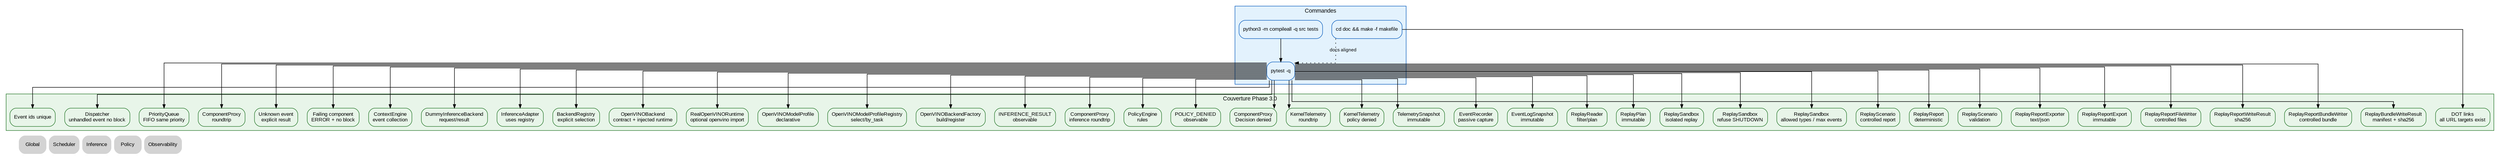
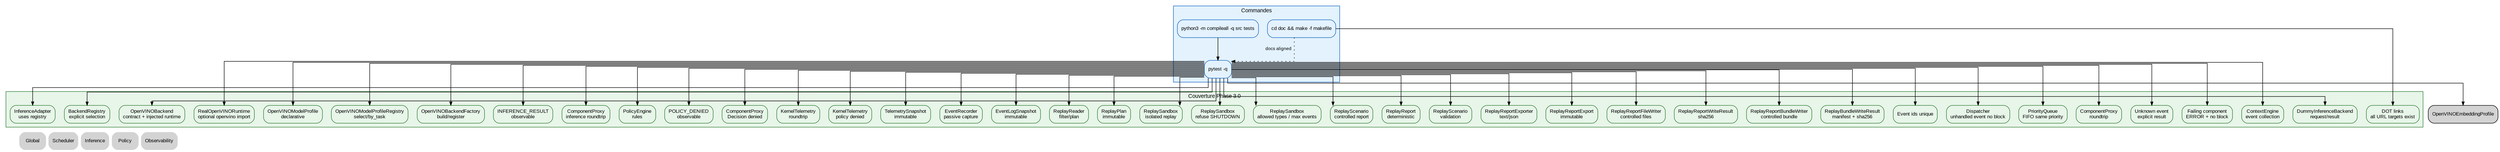
digraph Tests {
    rankdir=TB;
    splines=ortho;

    graph [fontname="Arial", fontsize=11];
    node [shape=box, style="rounded,filled", fontname="Arial", fontsize=10];
    edge [fontname="Arial", fontsize=9, arrowsize=0.7];

    // ROADMAP_NOTE[phase2_9]:
    // Ajout des tests RealOpenVINORuntime avec faux module openvino injecté.
    // Ces tests valident l'import isolé, les entrées brutes, le cache de modèle
    // compilé et l'absence de modèle/tokenizer imposé.

    // ROADMAP_NOTE[phase3_0]:
    // Ajout des tests OpenVINOModelProfile et OpenVINOModelProfileRegistry pour
    // préparer plusieurs modèles sans fallback implicite.

    // ROADMAP_NOTE[phase3_1]:
    // Ajout des tests OpenVINOBackendFactory pour construire et enregistrer un
    // backend depuis un profil explicite sans importer openvino.
+ 
+     // ROADMAP_NOTE[phase3_2]:
+     // Ajout des tests OpenVINOEmbeddingProfileConfig pour déclarer un profil
+     // embedding configurable sans modèle local imposé.

    subgraph cluster_commands {
        label="Commandes";
        color="#1565c0";
        bgcolor="#e3f2fd";
        node [fillcolor="#e3f2fd", color="#1565c0"];
        Compile [label="python3 -m compileall -q src tests"];
        Pytest [label="pytest -q"];
        Dot [label="cd doc && make -f makefile"];
    }

    subgraph cluster_coverage {
        label="Couverture Phase 3.0";
        color="#2e7d32";
        bgcolor="#e8f5e9";
        node [fillcolor="#e8f5e9", color="#2e7d32"];
        EventIds [label="Event ids unique"];
        Dispatcher [label="Dispatcher\nunhandled event no block"];
        Queue [label="PriorityQueue\nFIFO same priority"];
        Proxy [label="ComponentProxy\nroundtrip"];
        Unknown [label="Unknown event\nexplicit result"];
        Failure [label="Failing component\nERROR + no block"];
        Context [label="ContextEngine\nevent collection"];
        Inference [label="DummyInferenceBackend\nrequest/result"];
        InferenceAdapter [label="InferenceAdapter\nuses registry"];
        BackendRegistry [label="BackendRegistry\nexplicit selection"];
        OpenVINOContract [label="OpenVINOBackend\ncontract + injected runtime", URL="../inference/41_openvino_backend.svg"];
        OpenVINORuntime [label="RealOpenVINORuntime\noptional openvino import", URL="../inference/42_openvino_runtime.svg"];
        OpenVINOProfile [label="OpenVINOModelProfile\ndeclarative", URL="../inference/43_openvino_profiles.svg"];
        OpenVINOProfileRegistry [label="OpenVINOModelProfileRegistry\nselect/by_task", URL="../inference/43_openvino_profiles.svg"];
        OpenVINOBackendFactory [label="OpenVINOBackendFactory\nbuild/register", URL="../inference/43_openvino_profiles.svg"];
        InferenceObs [label="INFERENCE_RESULT\nobservable"];
        InferenceProxy [label="ComponentProxy\ninference roundtrip"];
        PolicyRules [label="PolicyEngine\nrules"];
        PolicyDenied [label="POLICY_DENIED\nobservable"];
        PolicyProxy [label="ComponentProxy\nDecision denied"];
        TelemetryRoundtrip [label="KernelTelemetry\nroundtrip"];
        TelemetryDenied [label="KernelTelemetry\npolicy denied"];
        TelemetrySnapshot [label="TelemetrySnapshot\nimmutable"];
        EventRecorder [label="EventRecorder\npassive capture"];
        EventLogSnapshot [label="EventLogSnapshot\nimmutable"];
        ReplayReader [label="ReplayReader\nfilter/plan"];
        ReplayPlan [label="ReplayPlan\nimmutable"];
        ReplaySandbox [label="ReplaySandbox\nisolated replay"];
        ReplaySandboxDenied [label="ReplaySandbox\nrefuse SHUTDOWN"];
        ReplaySandboxLimits [label="ReplaySandbox\nallowed types / max events"];
        ReplayScenario [label="ReplayScenario\ncontrolled report"];
        ReplayReport [label="ReplayReport\ndeterministic"];
        ReplayScenarioValidation [label="ReplayScenario\nvalidation"];
        ReplayReportExporter [label="ReplayReportExporter\ntext/json"];
        ReplayReportExport [label="ReplayReportExport\nimmutable"];
        ReplayReportFileWriter [label="ReplayReportFileWriter\ncontrolled files"];
        ReplayReportWriteResult [label="ReplayReportWriteResult\nsha256"];
        ReplayReportBundleWriter [label="ReplayReportBundleWriter\ncontrolled bundle"];
        ReplayBundleWriteResult [label="ReplayBundleWriteResult\nmanifest + sha256"];
        DotLinks [label="DOT links\nall URL targets exist"];
    }

    Compile -> Pytest;
    Pytest -> EventIds;
    Pytest -> Dispatcher;
    Pytest -> Queue;
    Pytest -> Proxy;
    Pytest -> Unknown;
    Pytest -> Failure;
    Pytest -> Context;
    Pytest -> Inference;
    Pytest -> InferenceAdapter;
    Pytest -> BackendRegistry;
    Pytest -> OpenVINOContract;
    Pytest -> OpenVINORuntime;
    Pytest -> OpenVINOProfile;
    Pytest -> OpenVINOProfileRegistry;
    Pytest -> OpenVINOBackendFactory;
+     Pytest -> OpenVINOEmbeddingProfile;
    Pytest -> InferenceObs;
    Pytest -> InferenceProxy;
    Pytest -> PolicyRules;
    Pytest -> PolicyDenied;
    Pytest -> PolicyProxy;
    Pytest -> TelemetryRoundtrip;
    Pytest -> TelemetryDenied;
    Pytest -> TelemetrySnapshot;
    Pytest -> EventRecorder;
    Pytest -> EventLogSnapshot;
    Pytest -> ReplayReader;
    Pytest -> ReplayPlan;
    Pytest -> ReplaySandbox;
    Pytest -> ReplaySandboxDenied;
    Pytest -> ReplaySandboxLimits;
    Pytest -> ReplayScenario;
    Pytest -> ReplayReport;
    Pytest -> ReplayScenarioValidation;
    Pytest -> ReplayReportExporter;
    Pytest -> ReplayReportExport;
    Pytest -> ReplayReportFileWriter;
    Pytest -> ReplayReportWriteResult;
    Pytest -> ReplayReportBundleWriter;
    Pytest -> ReplayBundleWriteResult;
    Dot -> DotLinks;
    Dot -> Pytest [style=dotted, label="docs aligned"];

    Nav_Global [label="Global", shape=plaintext, URL="../00_global.svg"];
    Nav_Scheduler [label="Scheduler", shape=plaintext, URL="../scheduler/10_scheduler.svg"];
    Nav_Inference [label="Inference", shape=plaintext, URL="../inference/40_inference.svg"];
    Nav_Policy [label="Policy", shape=plaintext, URL="../00_global.svg"];
    Nav_Observability [label="Observability", shape=plaintext, URL="../observability/70_observability.svg"];

    { rank=sink; Nav_Global; Nav_Scheduler; Nav_Inference; Nav_Policy; Nav_Observability; }
}
